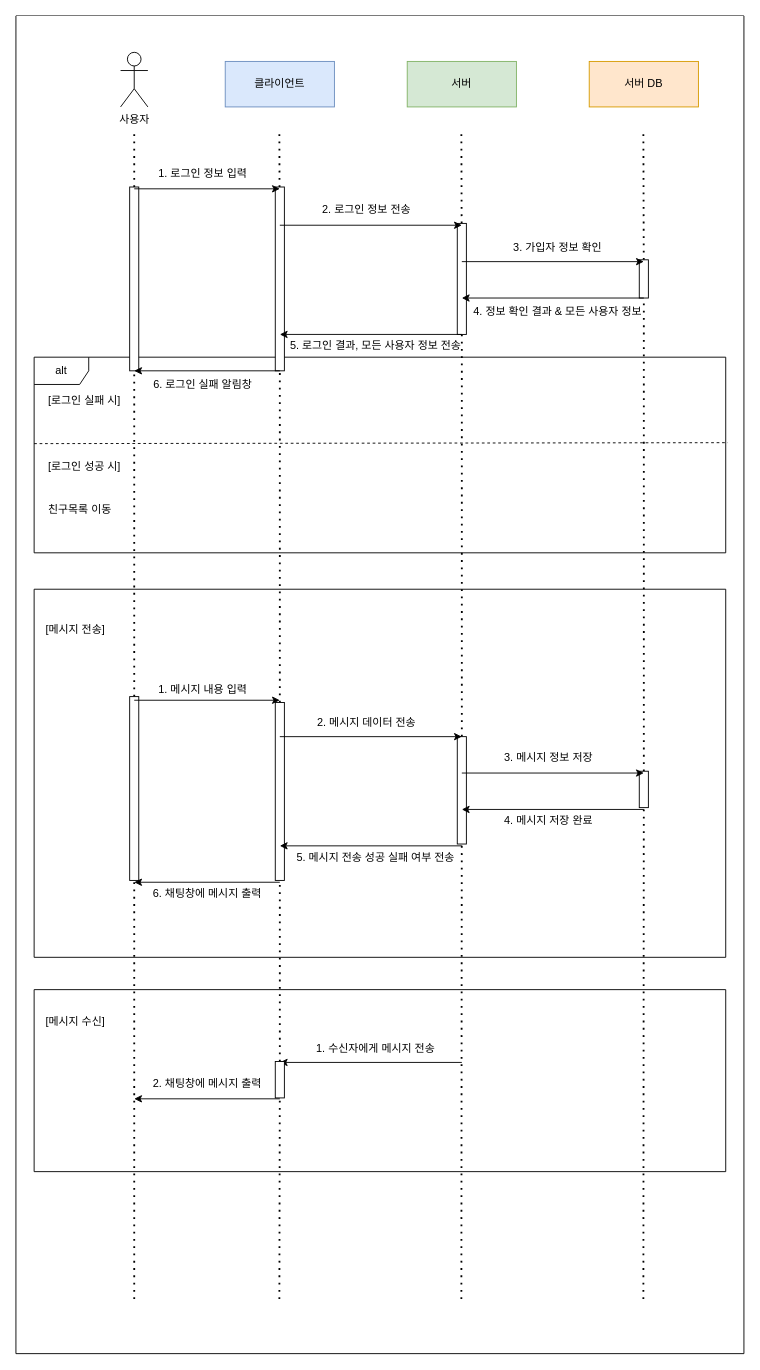
Hyunmin-Kwak-hub/neighbor21 keeps this draw.io diagram as 클라이언트프로그램아키택처.drawio. Above is the earlier version. Source tidied: cells renumbered, new cells numbered last; positions are measured from the earlier drawing's top-left corner, leaving out a move shared by most shapes. Both pictures are drawn from the tidied source at 91%, with x=0, y=0 at pixel (15, 15).
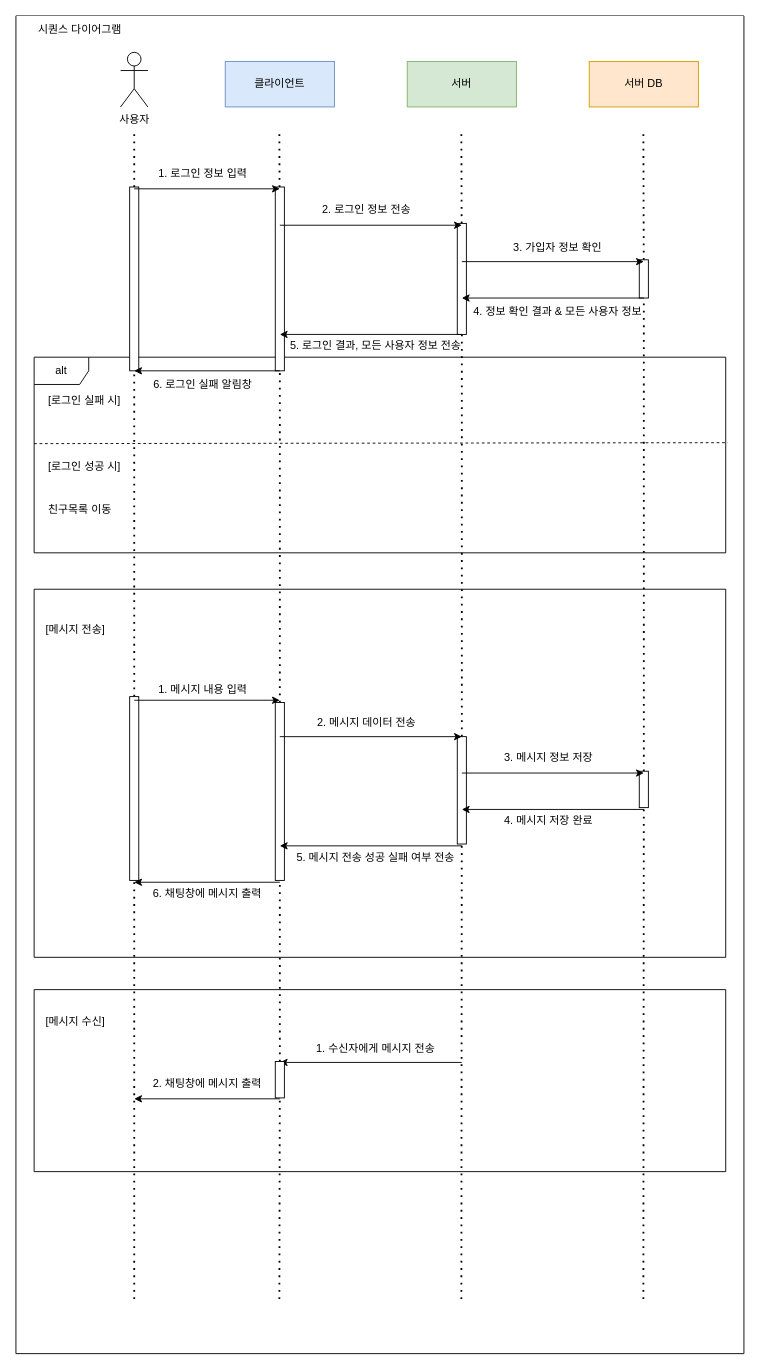
Above is the later version.

Commit message:
클라이언트프로그램아키택처.drawio 업데이트

The change refers to these unchanged cells:
```xml
<mxCell id="2" style="swimlane;startSize=0;swimlaneFillColor=default;" parent="1" vertex="1">
  <mxGeometry width="800" height="1470" as="geometry" />
</mxCell>
```

Change to the diagram source:
```diff
@@
+    <mxCell id="66" value="시퀀스 다이어그램" style="text;html=1;align=center;verticalAlign=middle;strokeColor=none;fillColor=none;" parent="2" vertex="1">
+      <mxGeometry x="10" width="120" height="30" as="geometry" />
+    </mxCell>
```
